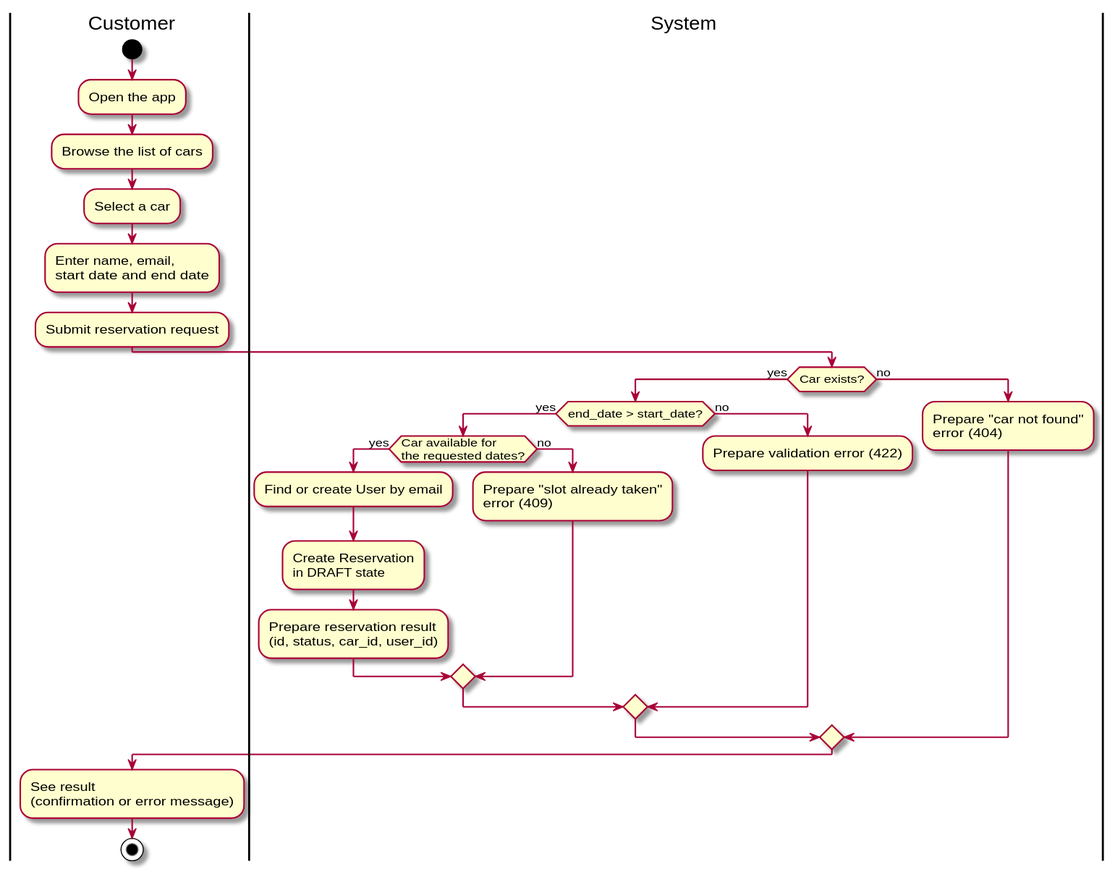
Above: docs/diagrams/activity-make-reservation.svg in DavidMagyarics/CarRentalVSB (PlantUML), before the change.
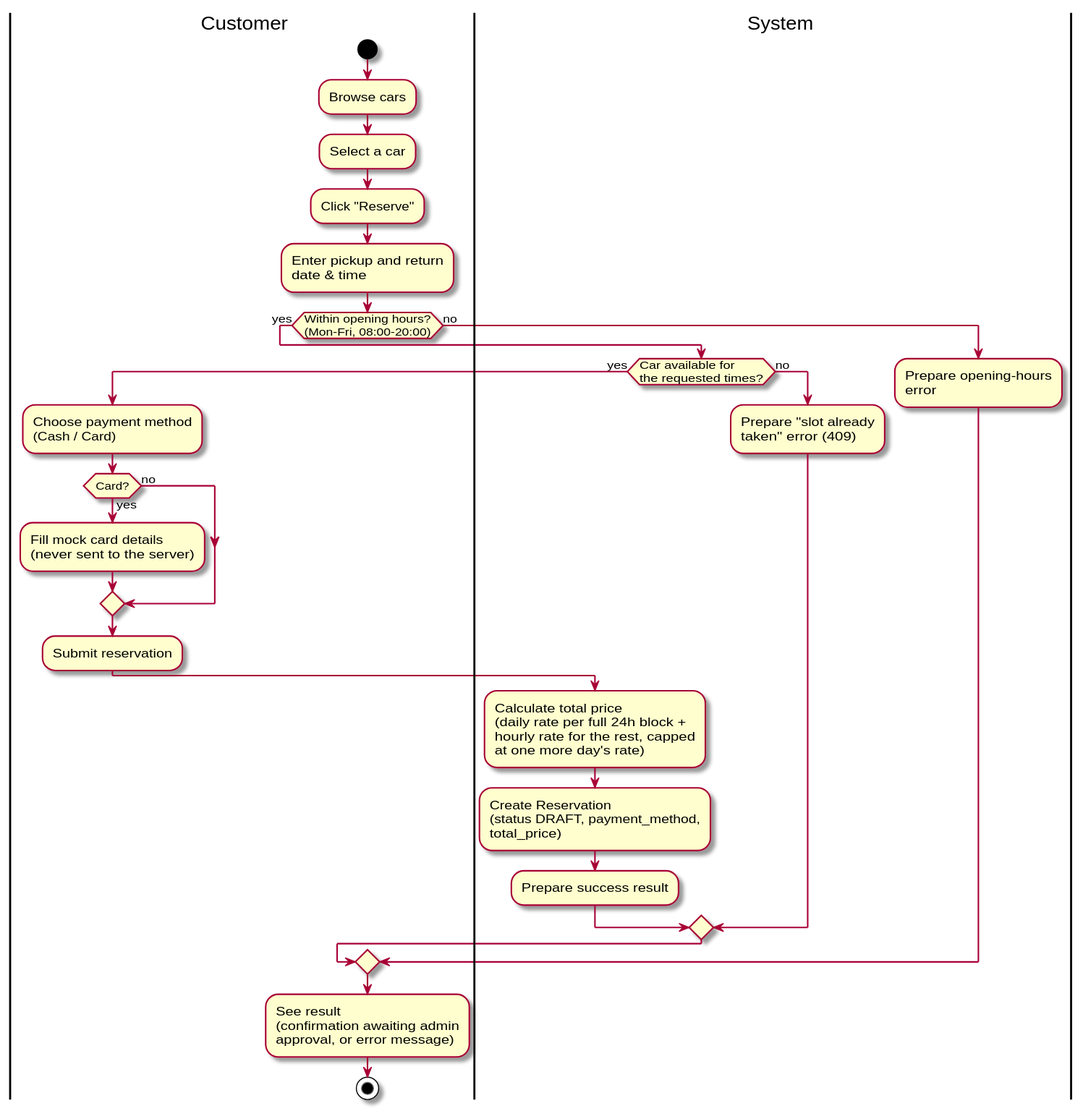
Later version of the same file.

What changed in the source:
```diff
@@ -3,30 +3,34 @@
 
 |Customer|
 start
-:Open the app;
-:Browse the list of cars;
+:Browse cars;
 :Select a car;
-:Enter name, email,\nstart date and end date;
-:Submit reservation request;
+:Click "Reserve";
+:Enter pickup and return\ndate & time;
 
-|System|
-if (Car exists?) then (yes)
-  if (end_date > start_date?) then (yes)
-    if (Car available for\nthe requested dates?) then (yes)
-      :Find or create User by email;
-      :Create Reservation\nin DRAFT state;
-      :Prepare reservation result\n(id, status, car_id, user_id);
+if (Within opening hours?\n(Mon-Fri, 08:00-20:00)) then (yes)
+  |System|
+  if (Car available for\nthe requested times?) then (yes)
+    |Customer|
+    :Choose payment method\n(Cash / Card);
+    if (Card?) then (yes)
+      :Fill mock card details\n(never sent to the server);
     else (no)
-      :Prepare "slot already taken"\nerror (409);
     endif
+    :Submit reservation;
+
+    |System|
+    :Calculate total price\n(daily rate per full 24h block +\nhourly rate for the rest, capped\nat one more day's rate);
+    :Create Reservation\n(status DRAFT, payment_method,\ntotal_price);
+    :Prepare success result;
   else (no)
-    :Prepare validation error (422);
+    :Prepare "slot already\ntaken" error (409);
   endif
 else (no)
-  :Prepare "car not found"\nerror (404);
+  :Prepare opening-hours\nerror;
 endif
 
 |Customer|
-:See result\n(confirmation or error message);
+:See result\n(confirmation awaiting admin\napproval, or error message);
 stop
 @enduml
```
